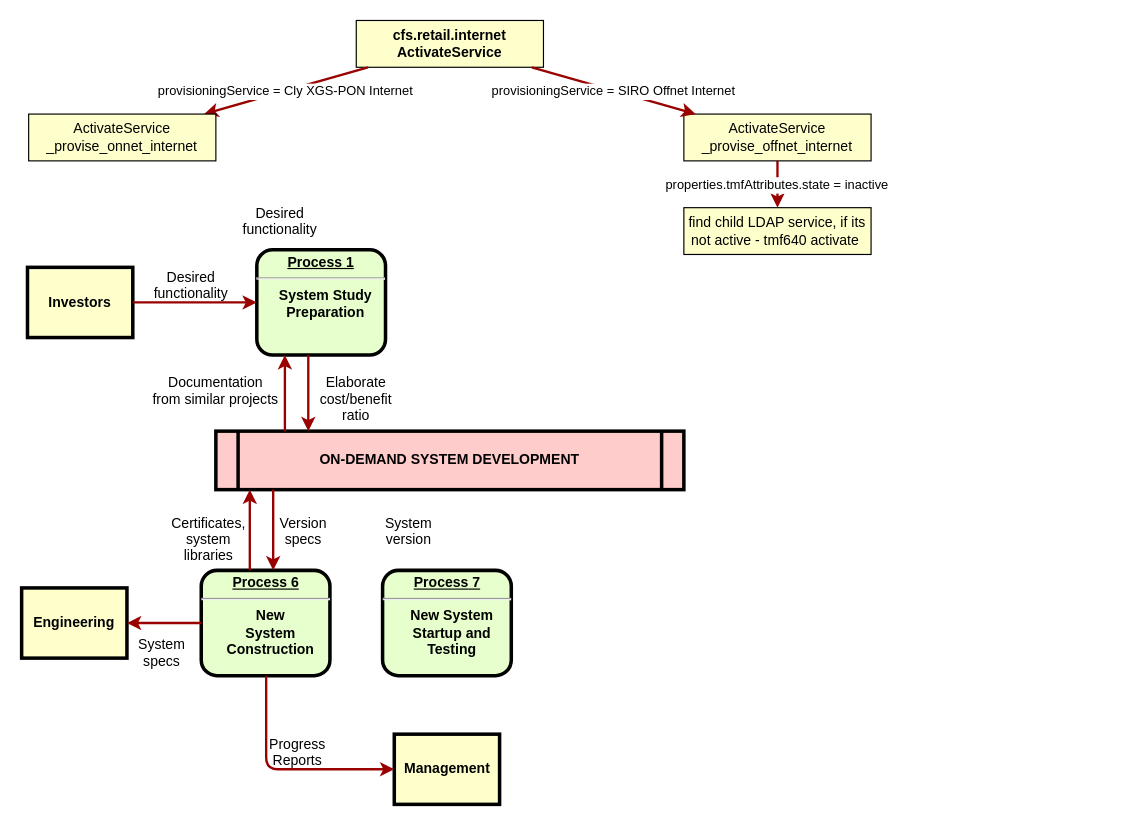
Above: service-templates.drawio in matvey-matveyev/drawio (draw.io), before the change. Source tidied: cells renumbered, new cells numbered last; positions are measured from the earlier drawing's top-left corner, leaving out a move shared by most shapes. Both pictures are drawn from the tidied source at 117%, with x=0, y=0 at pixel (21, 20).
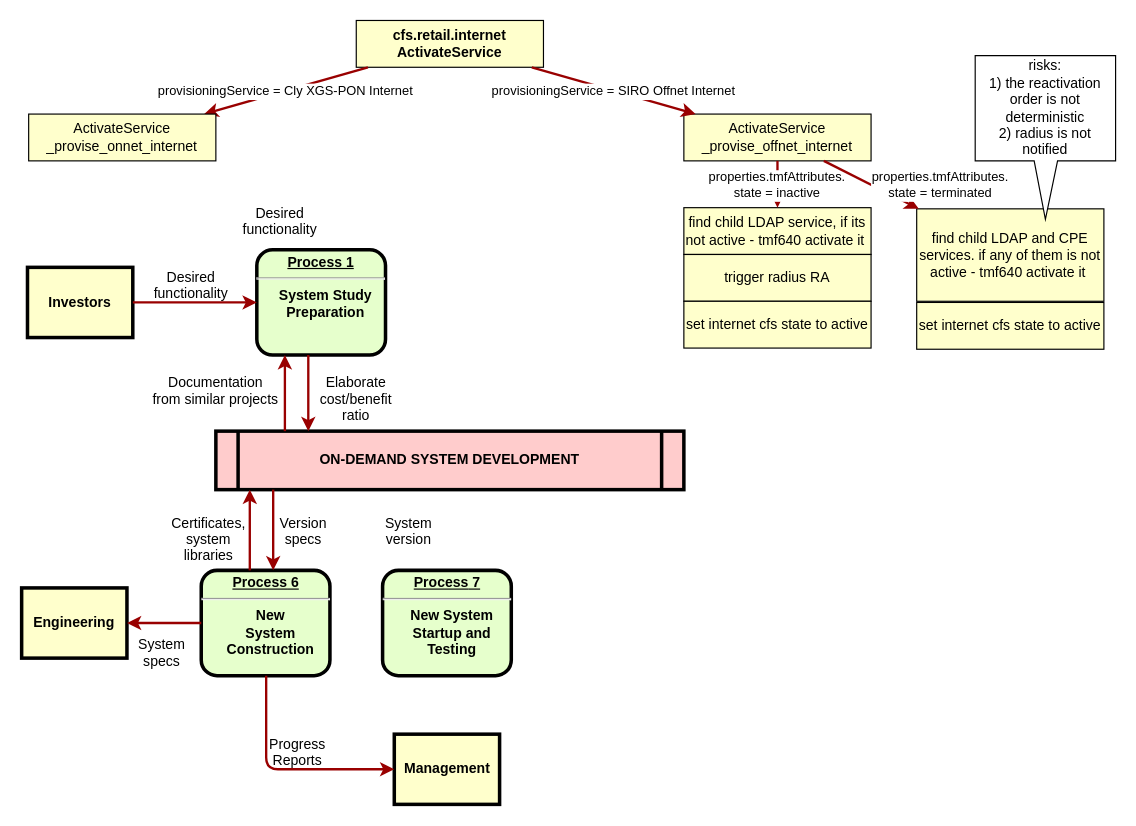
Above is the later version.

The change refers to these unchanged cells:
```xml
<mxCell id="28" value="ActivateService&#10;_provise_offnet_internet" style="whiteSpace=wrap;align=center;verticalAlign=middle;fontStyle=0;strokeWidth=1;fillColor=#FFFFCC;" parent="1" vertex="1">
  <mxGeometry x="566" y="80" width="160" height="40" as="geometry" />
</mxCell>
```

Change to the diagram source:
```diff
@@
-    <mxCell id="30" value="find child LDAP service, if its not active - tmf640 activate " style="whiteSpace=wrap;align=center;verticalAlign=middle;fontStyle=0;strokeWidth=1;fillColor=#FFFFCC;" parent="1" vertex="1">
+    <mxCell id="30" value="find child LDAP service, if its not active - tmf640 activate it " style="whiteSpace=wrap;align=center;verticalAlign=middle;fontStyle=0;strokeWidth=1;fillColor=#FFFFCC;" parent="1" vertex="1">
       <mxGeometry x="566" y="160" width="160" height="40" as="geometry" />
     </mxCell>
-    <mxCell id="31" value="properties.tmfAttributes.state = inactive" style="edgeStyle=none;noEdgeStyle=1;strokeColor=#990000;strokeWidth=2;" parent="1" edge="1" source="28" target="30">
+    <mxCell id="31" value="properties.tmfAttributes.&#10;state = inactive" style="edgeStyle=none;noEdgeStyle=1;strokeColor=#990000;strokeWidth=2;" parent="1" edge="1" source="28" target="30">
       <mxGeometry relative="1" as="geometry" />
     </mxCell>
+    <mxCell id="32" value="trigger radius RA" style="whiteSpace=wrap;align=center;verticalAlign=middle;fontStyle=0;strokeWidth=1;fillColor=#FFFFCC;" parent="1" vertex="1">
+      <mxGeometry x="566" y="200" width="160" height="40" as="geometry" />
+    </mxCell>
+    <mxCell id="33" value="set internet cfs state to active" style="whiteSpace=wrap;align=center;verticalAlign=middle;fontStyle=0;strokeWidth=1;fillColor=#FFFFCC;" parent="1" vertex="1">
+      <mxGeometry x="566" y="240" width="160" height="40" as="geometry" />
+    </mxCell>
+    <mxCell id="34" value="find child LDAP and CPE services. if any of them is not active - tmf640 activate it " style="whiteSpace=wrap;align=center;verticalAlign=middle;fontStyle=0;strokeWidth=1;fillColor=#FFFFCC;" parent="1" vertex="1">
+      <mxGeometry x="765" y="161" width="160" height="79" as="geometry" />
+    </mxCell>
+    <mxCell id="35" value="properties.tmfAttributes.&#10;state = terminated" style="edgeStyle=none;noEdgeStyle=1;strokeColor=#990000;strokeWidth=2;" parent="1" edge="1" source="28" target="34">
+      <mxGeometry x="1" y="28" relative="1" as="geometry">
+        <mxPoint x="6" y="4" as="offset" />
+      </mxGeometry>
+    </mxCell>
+    <mxCell id="36" value="set internet cfs state to active" style="whiteSpace=wrap;align=center;verticalAlign=middle;fontStyle=0;strokeWidth=1;fillColor=#FFFFCC;" parent="1" vertex="1">
+      <mxGeometry x="765" y="241" width="160" height="40" as="geometry" />
+    </mxCell>
+    <mxCell id="37" value="risks:&lt;br&gt;1) the reactivation order is not deterministic&lt;br&gt;2) radius is not notified" style="shape=callout;whiteSpace=wrap;html=1;perimeter=calloutPerimeter;size=50;position=0.42;" parent="1" vertex="1">
+      <mxGeometry x="815" y="30" width="120" height="140" as="geometry" />
+    </mxCell>
```
